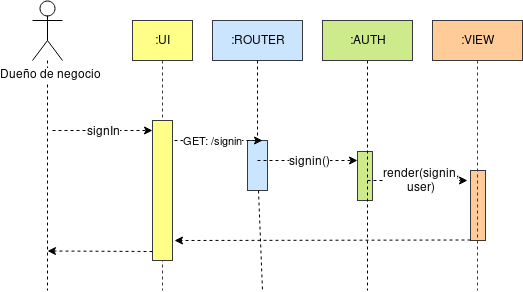
Earlier version of the draw.io export diagrams/Sequence-SignIn.png (cs2901/yape-bcp-project-yapepoints). Source tidied: cells renumbered, new cells last; positions are measured from the earlier drawing's top-left corner, leaving out a move shared by most shapes. The source it was exported from:
```xml
<mxGraphModel>
  <root>
    <mxCell id="0" />
    <mxCell id="1" parent="0" />
    <mxCell id="2" style="rounded=0;whiteSpace=wrap;html=1;fillColor=#ffcc99;strokeColor=#36393d;" parent="1" vertex="1">
      <mxGeometry x="438" y="170" width="15" height="70" as="geometry" />
    </mxCell>
    <mxCell id="3" style="rounded=0;whiteSpace=wrap;html=1;fillColor=#cdeb8b;strokeColor=#36393d;" parent="1" vertex="1">
      <mxGeometry x="325" y="151" width="15" height="49" as="geometry" />
    </mxCell>
    <mxCell id="4" style="rounded=0;whiteSpace=wrap;html=1;fillColor=#cce5ff;strokeColor=#36393d;" parent="1" vertex="1">
      <mxGeometry x="215" y="140" width="20" height="50" as="geometry" />
    </mxCell>
    <mxCell id="5" style="edgeStyle=none;rounded=0;jettySize=auto;html=1;dashed=1;endArrow=none;endFill=0;" parent="1" edge="1" source="6">
      <mxGeometry relative="1" as="geometry">
        <mxPoint x="15" y="290" as="targetPoint" />
      </mxGeometry>
    </mxCell>
    <mxCell id="6" value="Dueño de negocio" style="shape=umlActor;verticalLabelPosition=bottom;labelBackgroundColor=#ffffff;verticalAlign=top;html=1;outlineConnect=0;" parent="1" vertex="1">
      <mxGeometry width="30" height="60" as="geometry" />
    </mxCell>
    <mxCell id="7" value=":UI" style="rounded=0;whiteSpace=wrap;html=1;fillColor=#ffff88;strokeColor=#36393d;" parent="1" vertex="1">
      <mxGeometry x="100" y="20" width="60" height="40" as="geometry" />
    </mxCell>
    <mxCell id="8" style="edgeStyle=none;rounded=0;jettySize=auto;html=1;dashed=1;endArrow=none;endFill=0;" parent="1" edge="1" source="4">
      <mxGeometry relative="1" as="geometry">
        <mxPoint x="230" y="290" as="targetPoint" />
      </mxGeometry>
    </mxCell>
    <mxCell id="9" value=":ROUTER" style="rounded=0;whiteSpace=wrap;html=1;fillColor=#cce5ff;strokeColor=#36393d;" parent="1" vertex="1">
      <mxGeometry x="180" y="20" width="90" height="40" as="geometry" />
    </mxCell>
    <mxCell id="10" style="edgeStyle=none;rounded=0;jettySize=auto;html=1;dashed=1;endArrow=none;endFill=0;" parent="1" edge="1" source="11">
      <mxGeometry relative="1" as="geometry">
        <mxPoint x="335" y="290" as="targetPoint" />
      </mxGeometry>
    </mxCell>
    <mxCell id="11" value=":AUTH" style="rounded=0;whiteSpace=wrap;html=1;fillColor=#cdeb8b;strokeColor=#36393d;" parent="1" vertex="1">
      <mxGeometry x="290" y="20" width="90" height="40" as="geometry" />
    </mxCell>
    <mxCell id="12" style="edgeStyle=none;rounded=0;jettySize=auto;html=1;dashed=1;endArrow=none;endFill=0;fillColor=#ffcc99;strokeColor=#36393d;" parent="1" edge="1" source="13">
      <mxGeometry relative="1" as="geometry">
        <mxPoint x="445" y="290" as="targetPoint" />
      </mxGeometry>
    </mxCell>
    <mxCell id="13" value=":VIEW" style="rounded=0;whiteSpace=wrap;html=1;fillColor=#ffcc99;strokeColor=#36393d;" parent="1" vertex="1">
      <mxGeometry x="400" y="20" width="90" height="40" as="geometry" />
    </mxCell>
    <mxCell id="14" style="endArrow=classic;html=1;dashed=1;" parent="1" edge="1">
      <mxGeometry relative="1" as="geometry">
        <mxPoint x="20" y="130" as="sourcePoint" />
        <mxPoint x="120" y="130" as="targetPoint" />
      </mxGeometry>
    </mxCell>
    <mxCell id="15" value="signIn" style="text;html=1;align=center;verticalAlign=middle;labelBackgroundColor=#ffffff;" parent="14" vertex="1">
      <mxGeometry x="0.22" y="-1" relative="1" as="geometry">
        <mxPoint x="-11" y="-1" as="offset" />
      </mxGeometry>
    </mxCell>
    <mxCell id="16" value="GET: /signin" style="endArrow=classic;html=1;dashed=1;" parent="1" edge="1">
      <mxGeometry relative="1" as="geometry">
        <mxPoint x="130" y="140" as="sourcePoint" />
        <mxPoint x="230" y="140" as="targetPoint" />
      </mxGeometry>
    </mxCell>
    <mxCell id="17" style="endArrow=classic;html=1;dashed=1;" parent="1" edge="1">
      <mxGeometry relative="1" as="geometry">
        <mxPoint x="225" y="160" as="sourcePoint" />
        <mxPoint x="325" y="160" as="targetPoint" />
      </mxGeometry>
    </mxCell>
    <mxCell id="18" value="signin()" style="text;html=1;align=center;verticalAlign=middle;labelBackgroundColor=#ffffff;" parent="17" vertex="1">
      <mxGeometry x="0.22" y="-1" relative="1" as="geometry">
        <mxPoint x="-11" y="-1" as="offset" />
      </mxGeometry>
    </mxCell>
    <mxCell id="19" style="endArrow=classic;html=1;dashed=1;" parent="1" edge="1">
      <mxGeometry relative="1" as="geometry">
        <mxPoint x="335" y="180" as="sourcePoint" />
        <mxPoint x="435" y="180" as="targetPoint" />
      </mxGeometry>
    </mxCell>
    <mxCell id="20" value="render(signin,&lt;br&gt;user)" style="text;html=1;align=center;verticalAlign=middle;labelBackgroundColor=#ffffff;" parent="19" vertex="1">
      <mxGeometry x="0.22" y="-1" relative="1" as="geometry">
        <mxPoint x="-11" y="-1" as="offset" />
      </mxGeometry>
    </mxCell>
    <mxCell id="21" style="endArrow=classic;html=1;dashed=1;" parent="1" edge="1">
      <mxGeometry relative="1" as="geometry">
        <mxPoint x="438" y="239.5" as="sourcePoint" />
        <mxPoint x="142" y="240" as="targetPoint" />
      </mxGeometry>
    </mxCell>
    <mxCell id="22" style="edgeStyle=none;rounded=0;jettySize=auto;html=1;dashed=1;endArrow=none;endFill=0;" parent="1" edge="1" source="9" target="4">
      <mxGeometry relative="1" as="geometry" />
    </mxCell>
    <mxCell id="23" style="rounded=0;jettySize=auto;html=1;dashed=1;fillColor=#ffff88;strokeColor=#36393d;endArrow=none;endFill=0;" parent="1" edge="1" source="7">
      <mxGeometry relative="1" as="geometry">
        <mxPoint x="130" y="290" as="targetPoint" />
      </mxGeometry>
    </mxCell>
    <mxCell id="24" style="rounded=0;whiteSpace=wrap;html=1;fillColor=#ffff88;strokeColor=#36393d;" parent="1" vertex="1">
      <mxGeometry x="120" y="120" width="20" height="140" as="geometry" />
    </mxCell>
    <mxCell id="25" style="endArrow=classic;html=1;dashed=1;" parent="1" edge="1">
      <mxGeometry relative="1" as="geometry">
        <mxPoint x="120" y="251" as="sourcePoint" />
        <mxPoint x="15" y="250.5" as="targetPoint" />
      </mxGeometry>
    </mxCell>
  </root>
</mxGraphModel>
```
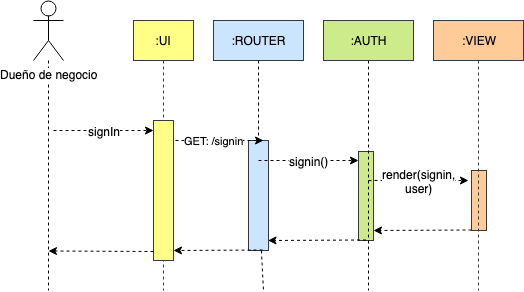
After the commit.

Commit message:
Corrected sequence diagrams

The edit, as a diff of the source:
```diff
@@ -3,13 +3,13 @@
     <mxCell id="0" />
     <mxCell id="1" parent="0" />
     <mxCell id="2" style="rounded=0;whiteSpace=wrap;html=1;fillColor=#ffcc99;strokeColor=#36393d;" parent="1" vertex="1">
-      <mxGeometry x="438" y="170" width="15" height="70" as="geometry" />
+      <mxGeometry x="438" y="170" width="15" height="60" as="geometry" />
     </mxCell>
     <mxCell id="3" style="rounded=0;whiteSpace=wrap;html=1;fillColor=#cdeb8b;strokeColor=#36393d;" parent="1" vertex="1">
-      <mxGeometry x="325" y="151" width="15" height="49" as="geometry" />
+      <mxGeometry x="325" y="151" width="15" height="89" as="geometry" />
     </mxCell>
     <mxCell id="4" style="rounded=0;whiteSpace=wrap;html=1;fillColor=#cce5ff;strokeColor=#36393d;" parent="1" vertex="1">
-      <mxGeometry x="215" y="140" width="20" height="50" as="geometry" />
+      <mxGeometry x="215" y="140" width="20" height="110" as="geometry" />
     </mxCell>
     <mxCell id="5" style="edgeStyle=none;rounded=0;jettySize=auto;html=1;dashed=1;endArrow=none;endFill=0;" parent="1" edge="1" source="6">
       <mxGeometry relative="1" as="geometry">
@@ -87,8 +87,8 @@
     </mxCell>
     <mxCell id="21" style="endArrow=classic;html=1;dashed=1;" parent="1" edge="1">
       <mxGeometry relative="1" as="geometry">
-        <mxPoint x="438" y="239.5" as="sourcePoint" />
-        <mxPoint x="142" y="240" as="targetPoint" />
+        <mxPoint x="438" y="229.5" as="sourcePoint" />
+        <mxPoint x="340" y="230" as="targetPoint" />
       </mxGeometry>
     </mxCell>
     <mxCell id="22" style="edgeStyle=none;rounded=0;jettySize=auto;html=1;dashed=1;endArrow=none;endFill=0;" parent="1" edge="1" source="9" target="4">
@@ -108,5 +108,17 @@
         <mxPoint x="15" y="250.5" as="targetPoint" />
       </mxGeometry>
     </mxCell>
+    <mxCell id="26" style="endArrow=classic;html=1;dashed=1;" parent="1" edge="1">
+      <mxGeometry relative="1" as="geometry">
+        <mxPoint x="332.5" y="239.5" as="sourcePoint" />
+        <mxPoint x="234.5" y="240" as="targetPoint" />
+      </mxGeometry>
+    </mxCell>
+    <mxCell id="27" style="endArrow=classic;html=1;dashed=1;" parent="1" edge="1">
+      <mxGeometry relative="1" as="geometry">
+        <mxPoint x="229" y="249.5" as="sourcePoint" />
+        <mxPoint x="140" y="250" as="targetPoint" />
+      </mxGeometry>
+    </mxCell>
   </root>
 </mxGraphModel>
```
